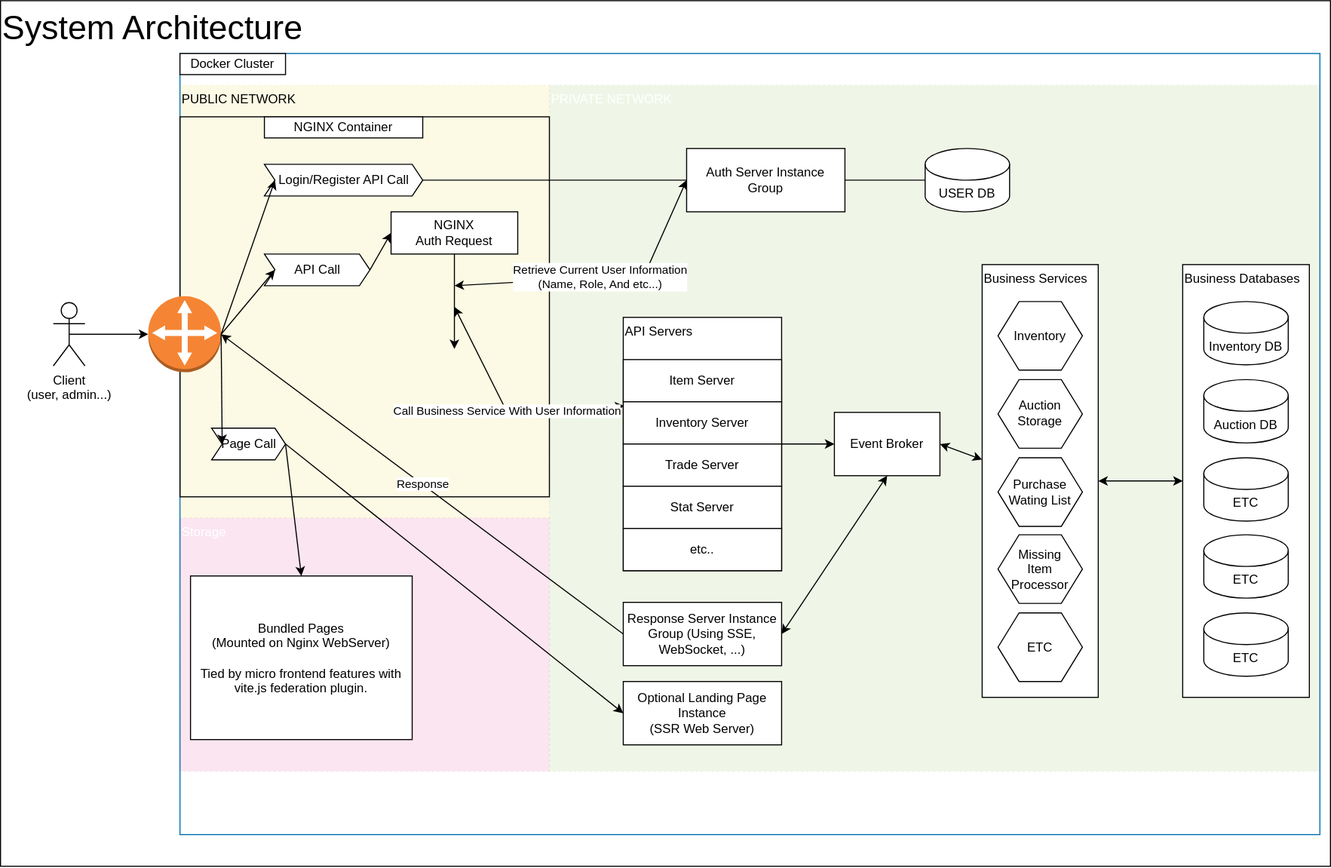
Before: imgs/system-architecture.svg, a diagram exported from draw.io (AikusoniTradeSystem/documents). Source tidied: cells renumbered, new cells last; positions are measured from the earlier drawing's top-left corner, leaving out a move shared by most shapes.
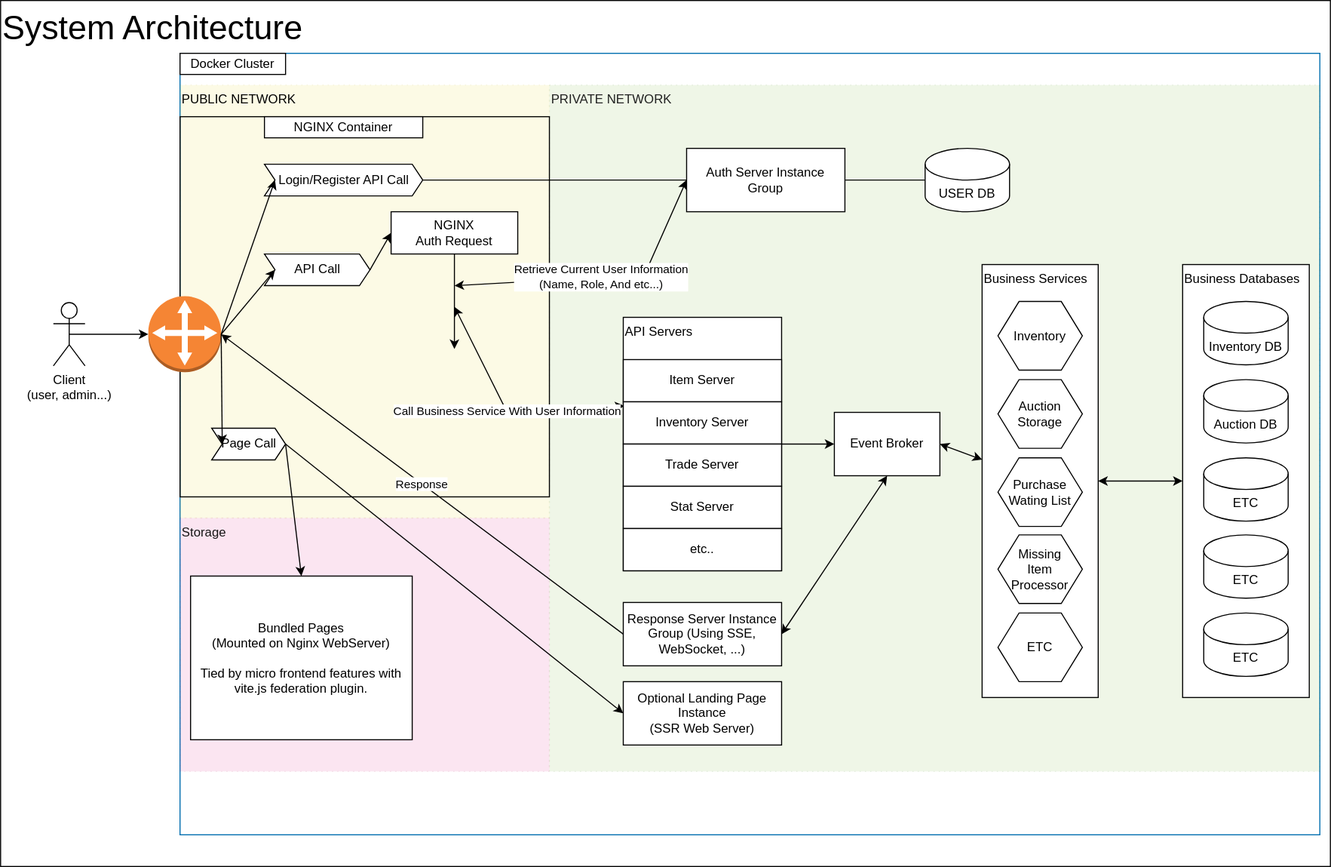
The same file after the commit.

What changed in the source:
```diff
@@ -8,10 +8,10 @@
     <mxCell id="3" style="rounded=0;whiteSpace=wrap;html=1;align=left;verticalAlign=top;fillColor=none;fontColor=#ffffff;strokeColor=#006EAF;fillStyle=hatch;strokeWidth=1;" parent="1" vertex="1">
       <mxGeometry x="170" y="50" width="1080" height="740" as="geometry" />
     </mxCell>
-    <mxCell id="4" value="Storage" style="rounded=0;whiteSpace=wrap;html=1;align=left;verticalAlign=top;fillColor=#d80073;dashed=1;dashPattern=1 4;fontColor=#ffffff;strokeColor=#A50040;opacity=10;" parent="1" vertex="1">
+    <mxCell id="4" value="Storage" style="rounded=0;whiteSpace=wrap;html=1;align=left;verticalAlign=top;fillColor=#d80073;dashed=1;dashPattern=1 4;fontColor=#171717;strokeColor=#A50040;opacity=10;" parent="1" vertex="1">
       <mxGeometry x="170" y="490" width="350" height="240" as="geometry" />
     </mxCell>
-    <mxCell id="5" value="PRIVATE NETWORK" style="rounded=0;whiteSpace=wrap;html=1;align=left;verticalAlign=top;fillColor=#60a917;dashed=1;dashPattern=1 4;fontColor=#ffffff;strokeColor=#2D7600;opacity=10;" parent="1" vertex="1">
+    <mxCell id="5" value="PRIVATE NETWORK" style="rounded=0;whiteSpace=wrap;html=1;align=left;verticalAlign=top;fillColor=#60a917;dashed=1;dashPattern=1 4;fontColor=#212121;strokeColor=#2D7600;opacity=10;" parent="1" vertex="1">
       <mxGeometry x="520" y="80" width="730" height="650" as="geometry" />
     </mxCell>
     <mxCell id="6" value="Business Databases" style="rounded=0;whiteSpace=wrap;html=1;align=left;verticalAlign=top;" parent="1" vertex="1">
```
